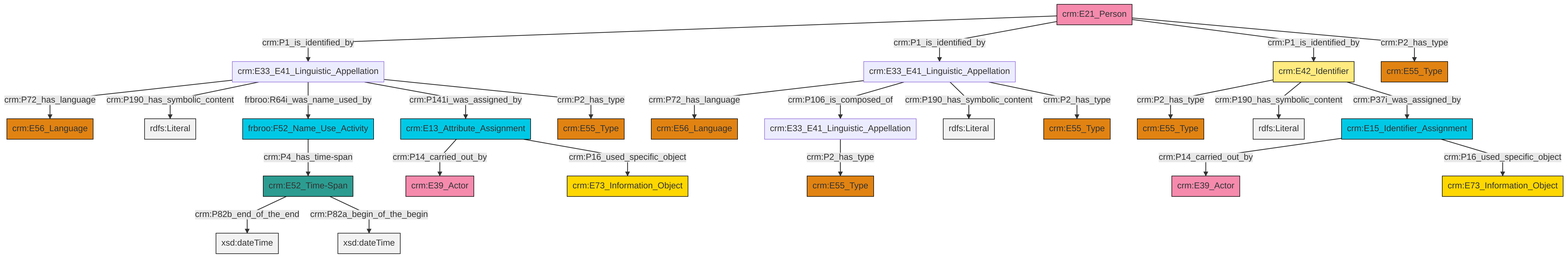
Before: et/personCSV/ttl/mmd/png/Person_Names_and_Classification.png, a diagram exported from Mermaid (swiss-art-research-net/docs.swissartresearch). Its source is kept beside it as et/personCSV/ttl/mmd/Person_Names_and_Classification.ttl.mmd.
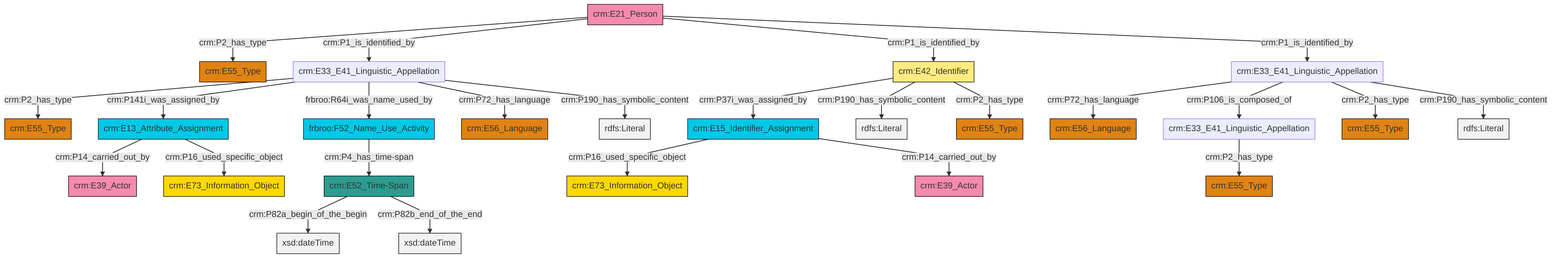
After the commit.

The edit, as a diff of the source:
```diff
@@ -13,27 +13,27 @@
 classDef PC_Classes fill:#4ce600, stroke:#000000;
 classDef Multi fill:#cccccc,stroke:#000000;
 
-0["crm:E21_Person"]:::Actor -->|crm:P1_is_identified_by| 1["crm:E33_E41_Linguistic_Appellation"]:::Default
-0["crm:E21_Person"]:::Actor -->|crm:P1_is_identified_by| 2["crm:E33_E41_Linguistic_Appellation"]:::Default
-2["crm:E33_E41_Linguistic_Appellation"]:::Default -->|crm:P72_has_language| 3["crm:E56_Language"]:::Type
-4["frbroo:F52_Name_Use_Activity"]:::Temporal_Entity -->|crm:P4_has_time-span| 5["crm:E52_Time-Span"]:::Time-Span
-5["crm:E52_Time-Span"]:::Time-Span -->|crm:P82b_end_of_the_end| 10[xsd:dateTime]:::Literal
-11["crm:E42_Identifier"]:::Appellation -->|crm:P2_has_type| 12["crm:E55_Type"]:::Type
-2["crm:E33_E41_Linguistic_Appellation"]:::Default -->|crm:P106_is_composed_of| 13["crm:E33_E41_Linguistic_Appellation"]:::Default
-1["crm:E33_E41_Linguistic_Appellation"]:::Default -->|crm:P72_has_language| 15["crm:E56_Language"]:::Type
-1["crm:E33_E41_Linguistic_Appellation"]:::Default -->|crm:P190_has_symbolic_content| 17[rdfs:Literal]:::Literal
-2["crm:E33_E41_Linguistic_Appellation"]:::Default -->|crm:P190_has_symbolic_content| 19[rdfs:Literal]:::Literal
-1["crm:E33_E41_Linguistic_Appellation"]:::Default -->|frbroo:R64i_was_name_used_by| 4["frbroo:F52_Name_Use_Activity"]:::Temporal_Entity
-11["crm:E42_Identifier"]:::Appellation -->|crm:P190_has_symbolic_content| 20[rdfs:Literal]:::Literal
-6["crm:E15_Identifier_Assignment"]:::Temporal_Entity -->|crm:P14_carried_out_by| 21["crm:E39_Actor"]:::Actor
-11["crm:E42_Identifier"]:::Appellation -->|crm:P37i_was_assigned_by| 6["crm:E15_Identifier_Assignment"]:::Temporal_Entity
-0["crm:E21_Person"]:::Actor -->|crm:P1_is_identified_by| 11["crm:E42_Identifier"]:::Appellation
-1["crm:E33_E41_Linguistic_Appellation"]:::Default -->|crm:P141i_was_assigned_by| 27["crm:E13_Attribute_Assignment"]:::Temporal_Entity
-13["crm:E33_E41_Linguistic_Appellation"]:::Default -->|crm:P2_has_type| 28["crm:E55_Type"]:::Type
-27["crm:E13_Attribute_Assignment"]:::Temporal_Entity -->|crm:P14_carried_out_by| 24["crm:E39_Actor"]:::Actor
-2["crm:E33_E41_Linguistic_Appellation"]:::Default -->|crm:P2_has_type| 32["crm:E55_Type"]:::Type
-6["crm:E15_Identifier_Assignment"]:::Temporal_Entity -->|crm:P16_used_specific_object| 29["crm:E73_Information_Object"]:::Conceptual_Object
-27["crm:E13_Attribute_Assignment"]:::Temporal_Entity -->|crm:P16_used_specific_object| 33["crm:E73_Information_Object"]:::Conceptual_Object
-0["crm:E21_Person"]:::Actor -->|crm:P2_has_type| 36["crm:E55_Type"]:::Type
-5["crm:E52_Time-Span"]:::Time-Span -->|crm:P82a_begin_of_the_begin| 42[xsd:dateTime]:::Literal
-1["crm:E33_E41_Linguistic_Appellation"]:::Default -->|crm:P2_has_type| 38["crm:E55_Type"]:::Type
+2["crm:E33_E41_Linguistic_Appellation"]:::Default -->|crm:P2_has_type| 3["crm:E55_Type"]:::Type
+4["crm:E33_E41_Linguistic_Appellation"]:::Default -->|crm:P72_has_language| 5["crm:E56_Language"]:::Type
+7["crm:E21_Person"]:::Actor -->|crm:P2_has_type| 8["crm:E55_Type"]:::Type
+4["crm:E33_E41_Linguistic_Appellation"]:::Default -->|crm:P106_is_composed_of| 2["crm:E33_E41_Linguistic_Appellation"]:::Default
+12["crm:E42_Identifier"]:::Appellation -->|crm:P37i_was_assigned_by| 13["crm:E15_Identifier_Assignment"]:::Temporal_Entity
+4["crm:E33_E41_Linguistic_Appellation"]:::Default -->|crm:P2_has_type| 14["crm:E55_Type"]:::Type
+15["crm:E33_E41_Linguistic_Appellation"]:::Default -->|crm:P2_has_type| 16["crm:E55_Type"]:::Type
+15["crm:E33_E41_Linguistic_Appellation"]:::Default -->|crm:P141i_was_assigned_by| 22["crm:E13_Attribute_Assignment"]:::Temporal_Entity
+12["crm:E42_Identifier"]:::Appellation -->|crm:P190_has_symbolic_content| 23[rdfs:Literal]:::Literal
+13["crm:E15_Identifier_Assignment"]:::Temporal_Entity -->|crm:P16_used_specific_object| 25["crm:E73_Information_Object"]:::Conceptual_Object
+17["crm:E52_Time-Span"]:::Time-Span -->|crm:P82a_begin_of_the_begin| 28[xsd:dateTime]:::Literal
+22["crm:E13_Attribute_Assignment"]:::Temporal_Entity -->|crm:P14_carried_out_by| 30["crm:E39_Actor"]:::Actor
+12["crm:E42_Identifier"]:::Appellation -->|crm:P2_has_type| 31["crm:E55_Type"]:::Type
+7["crm:E21_Person"]:::Actor -->|crm:P1_is_identified_by| 15["crm:E33_E41_Linguistic_Appellation"]:::Default
+15["crm:E33_E41_Linguistic_Appellation"]:::Default -->|frbroo:R64i_was_name_used_by| 26["frbroo:F52_Name_Use_Activity"]:::Temporal_Entity
+17["crm:E52_Time-Span"]:::Time-Span -->|crm:P82b_end_of_the_end| 35[xsd:dateTime]:::Literal
+26["frbroo:F52_Name_Use_Activity"]:::Temporal_Entity -->|crm:P4_has_time-span| 17["crm:E52_Time-Span"]:::Time-Span
+13["crm:E15_Identifier_Assignment"]:::Temporal_Entity -->|crm:P14_carried_out_by| 0["crm:E39_Actor"]:::Actor
+7["crm:E21_Person"]:::Actor -->|crm:P1_is_identified_by| 12["crm:E42_Identifier"]:::Appellation
+4["crm:E33_E41_Linguistic_Appellation"]:::Default -->|crm:P190_has_symbolic_content| 39[rdfs:Literal]:::Literal
+7["crm:E21_Person"]:::Actor -->|crm:P1_is_identified_by| 4["crm:E33_E41_Linguistic_Appellation"]:::Default
+15["crm:E33_E41_Linguistic_Appellation"]:::Default -->|crm:P72_has_language| 10["crm:E56_Language"]:::Type
+22["crm:E13_Attribute_Assignment"]:::Temporal_Entity -->|crm:P16_used_specific_object| 20["crm:E73_Information_Object"]:::Conceptual_Object
+15["crm:E33_E41_Linguistic_Appellation"]:::Default -->|crm:P190_has_symbolic_content| 46[rdfs:Literal]:::Literal
```
